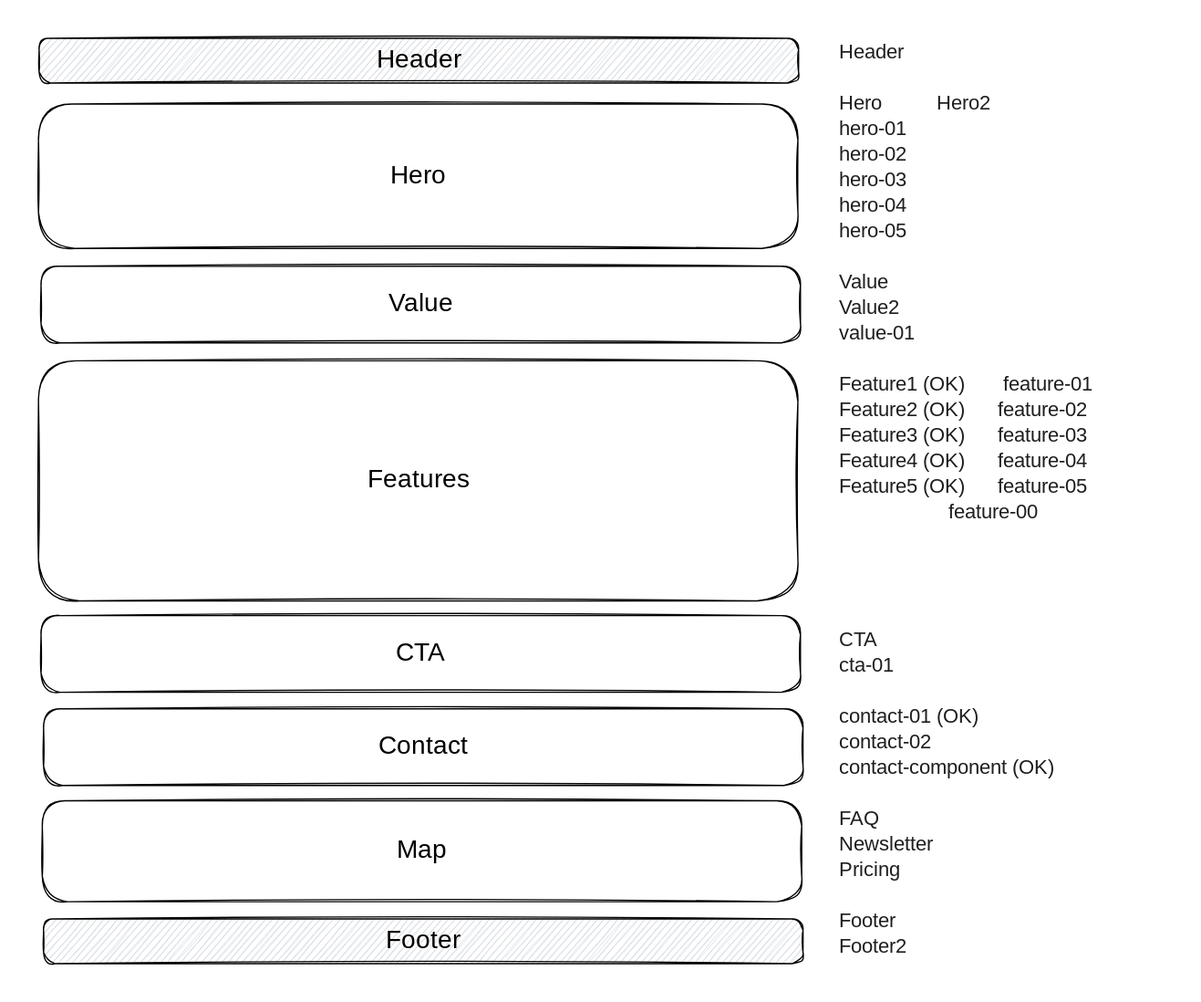
webpyco/www-webpy-co keeps this Excalidraw diagram as .gitbook/assets/file.excalidraw (1).svg. Above is the earlier version. Source tidied: one line per element, renumbered; positions are measured from the earlier drawing's top-left corner, leaving out a move shared by most shapes.
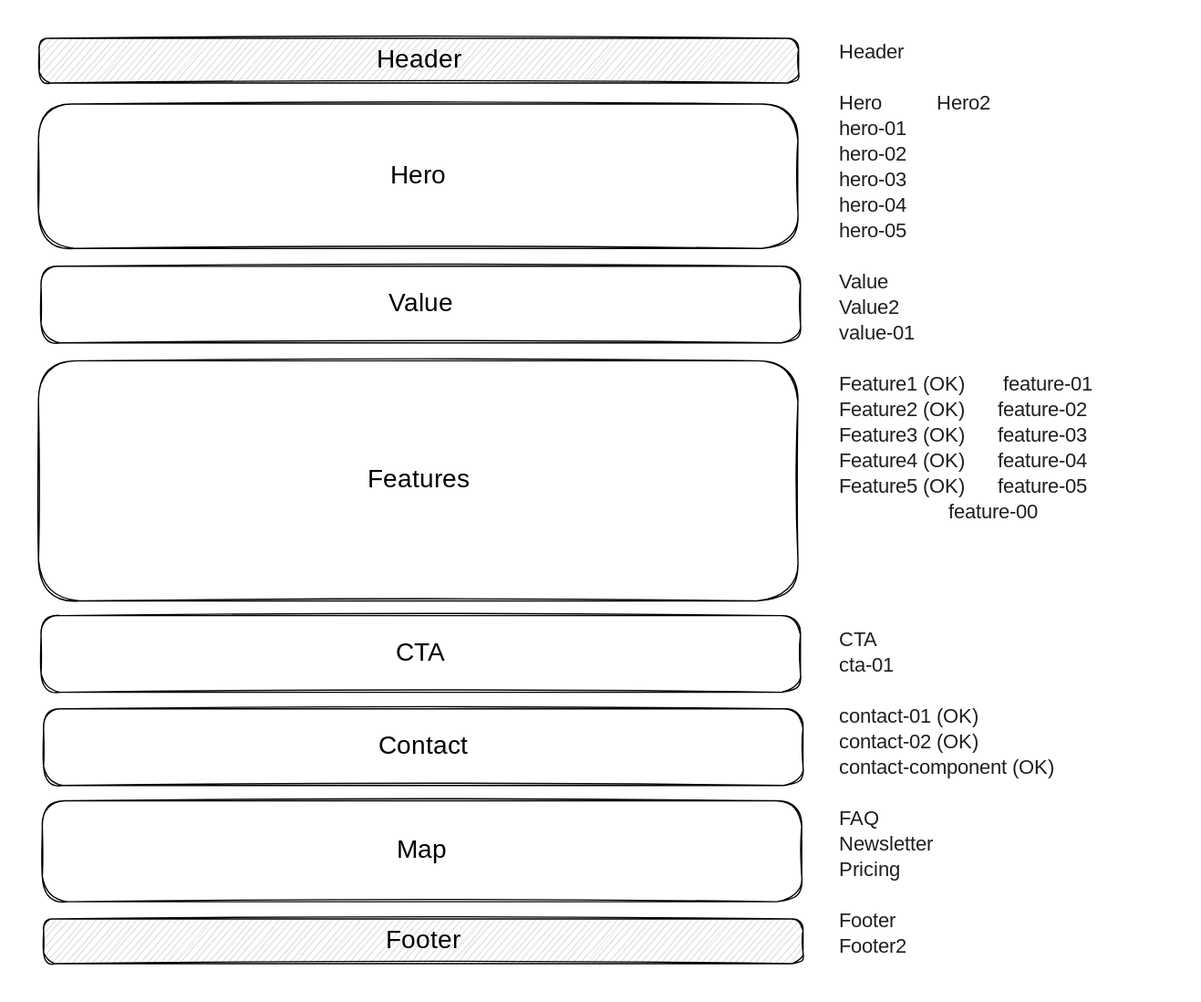
The same file after the commit.

Commit message:
GITBOOK-59: change request with no subject merged in GitBook

What changed in the source:
```diff
@@ -14,4 +14,4 @@
 {"id": 13, "type": "text", "text": "Contact", "strokeColor": "#000000", "strokeWidth": 1, "roughness": 1, "fontSize": 20, "fontFamily": 1, "textAlign": "center", "verticalAlign": "middle", "inside": 12, "x": 262, "y": 542, "width": 79, "height": 25}
 {"id": 14, "type": "rectangle", "strokeColor": "#000000", "strokeWidth": 1, "roughness": 1, "round": true, "x": 3, "y": 597, "width": 595, "height": 79}
 {"id": 15, "type": "text", "text": "Map", "strokeColor": "#000000", "strokeWidth": 1, "roughness": 1, "fontSize": 20, "fontFamily": 1, "textAlign": "center", "verticalAlign": "middle", "inside": 14, "x": 281, "y": 624, "width": 39, "height": 25}
-{"id": 16, "type": "text", "text": "Header\n\nHero          Hero2\nhero-01\nhero-02\nhero-03\nhero-04\nhero-05\n\nValue\nValue2\nvalue-01\n\nFeature1 (OK)       feature-01\nFeature2 (OK)      feature-02\nFeature3 (OK)      feature-03\nFeature4 (OK)      feature-04\nFeature5 (OK)      feature-05\n                    feature-00\n\n\n\n\nCTA\ncta-01\n\ncontact-01 (OK)\ncontact-02\ncontact-component (OK)\n\nFAQ\nNewsletter\nPricing\n\nFooter\nFooter2", "strokeColor": "#1e1e1e", "strokeWidth": 2, "roughness": 1, "fontSize": 16, "fontFamily": 1, "x": 628, "y": 2, "width": 253, "height": 720}
+{"id": 16, "type": "text", "text": "Header\n\nHero          Hero2\nhero-01\nhero-02\nhero-03\nhero-04\nhero-05\n\nValue\nValue2\nvalue-01\n\nFeature1 (OK)       feature-01\nFeature2 (OK)      feature-02\nFeature3 (OK)      feature-03\nFeature4 (OK)      feature-04\nFeature5 (OK)      feature-05\n                    feature-00\n\n\n\n\nCTA\ncta-01\n\ncontact-01 (OK)\ncontact-02 (OK)\ncontact-component (OK)\n\nFAQ\nNewsletter\nPricing\n\nFooter\nFooter2", "strokeColor": "#1e1e1e", "strokeWidth": 2, "roughness": 1, "fontSize": 16, "fontFamily": 1, "x": 628, "y": 2, "width": 253, "height": 720}
```
